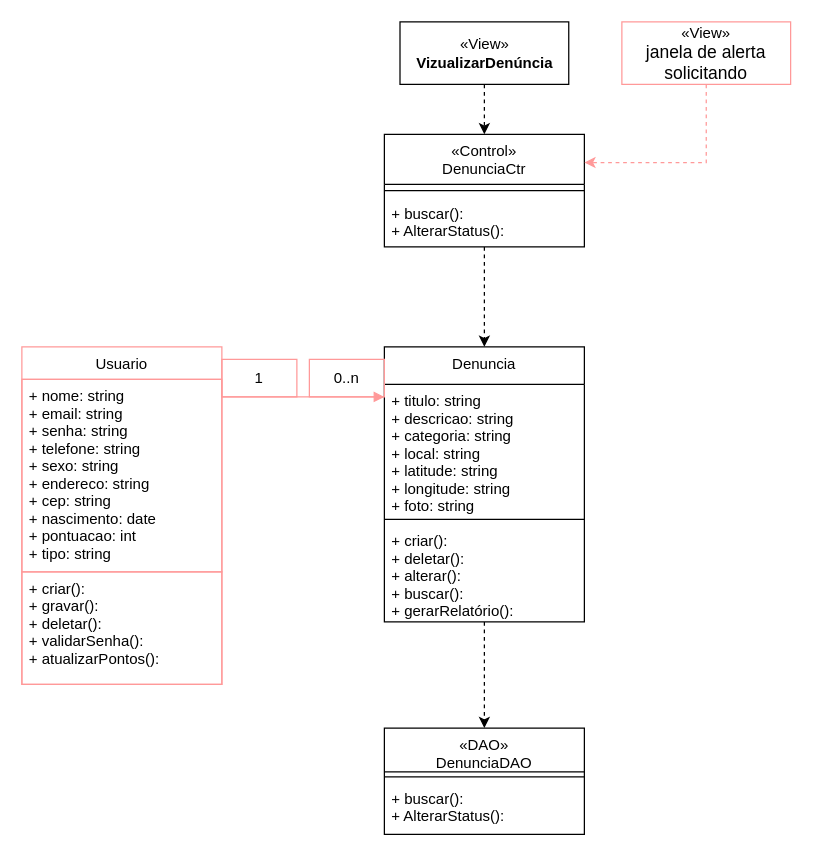
Before: Documentação/Diagramas/Diagramas de Casos de Uso/Diagrama de Caso de Uso Alterar Status.drawio in frsouzaa/Documentacao-TCC-NossaVia, a draw.io diagram. Source tidied: cells renumbered, new cells numbered last; positions are measured from the earlier drawing's top-left corner, leaving out a move shared by most shapes. Both pictures are drawn from the tidied source at 125%, with x=0, y=0 at pixel (21, 21).
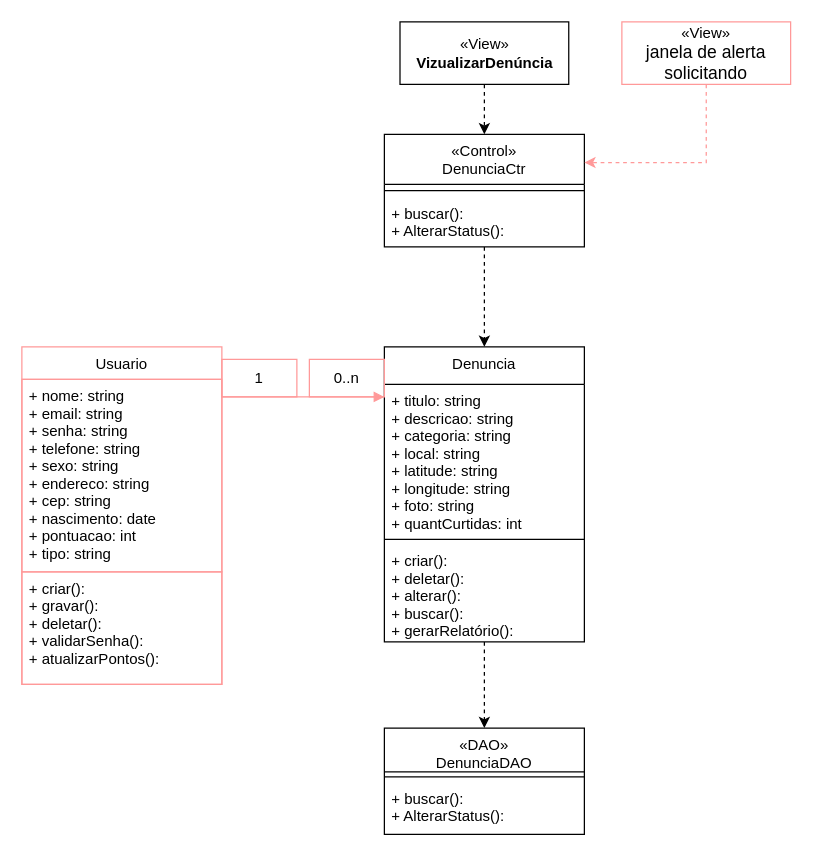
After the change.

Diff of the diagram source:
```diff
@@
     <mxCell id="2" value="Denuncia" style="swimlane;fontStyle=0;align=center;verticalAlign=top;horizontal=1;startSize=30;rounded=0;shadow=0;strokeWidth=1;" parent="1" vertex="1">
-      <mxGeometry x="290" y="260" width="160" height="220" as="geometry" />
+      <mxGeometry x="290" y="260" width="160" height="236" as="geometry" />
     </mxCell>
-    <mxCell id="3" value="+ titulo: string&#10;+ descricao: string&#10;+ categoria: string&#10;+ local: string&#10;+ latitude: string&#10;+ longitude: string&#10;+ foto: string&#10;&#10;&#10;" style="text;align=left;verticalAlign=top;spacingLeft=4;spacingRight=4;overflow=hidden;" parent="2" vertex="1">
-      <mxGeometry y="30" width="160" height="104" as="geometry" />
+    <mxCell id="3" value="+ titulo: string&#10;+ descricao: string&#10;+ categoria: string&#10;+ local: string&#10;+ latitude: string&#10;+ longitude: string&#10;+ foto: string&#10;+ quantCurtidas: int" style="text;align=left;verticalAlign=top;spacingLeft=4;spacingRight=4;overflow=hidden;" parent="2" vertex="1">
+      <mxGeometry y="30" width="160" height="120" as="geometry" />
     </mxCell>
     <mxCell id="4" style="line;html=1;strokeWidth=1;align=left;verticalAlign=middle;spacingTop=-1;spacingLeft=3;spacingRight=3;labelPosition=right;" parent="2" vertex="1">
-      <mxGeometry y="134" width="160" height="8" as="geometry" />
+      <mxGeometry y="150" width="160" height="8" as="geometry" />
     </mxCell>
     <mxCell id="5" value="+ criar(): &#10;+ deletar(): &#10;+ alterar():&#10;+ buscar():&#10;+ gerarRelatório(): " style="text;align=left;verticalAlign=top;spacingLeft=4;spacingRight=4;overflow=hidden;" parent="2" vertex="1">
-      <mxGeometry y="142" width="160" height="78" as="geometry" />
+      <mxGeometry y="158" width="160" height="78" as="geometry" />
     </mxCell>
```
